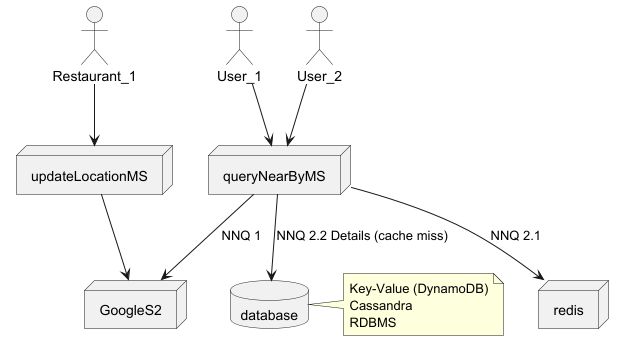
Earlier version of the PlantUML export docs/HLD-2.png (ozdemirht/py_redis_1). Its diagram source:
```plantuml
@startuml

actor User_1
actor User_2
actor Restaurant_1

node updateLocationMS

node queryNearByMS

node GoogleS2

database database
note right of database
Key-Value (DynamoDB)
Cassandra
RDBMS
end note

User_1 --> queryNearByMS
User_2 --> queryNearByMS

node redis

queryNearByMS --> GoogleS2 : NNQ 1
queryNearByMS --> redis : NNQ 2.1
queryNearByMS --> database : NNQ 2.2 Details (cache miss)

Restaurant_1 --> updateLocationMS
updateLocationMS --> GoogleS2

@enduml
```
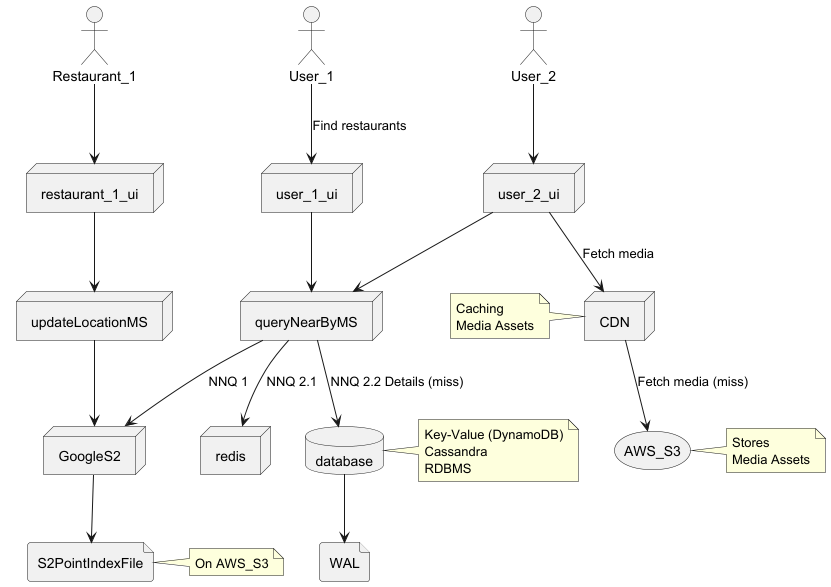
After the change.

What changed in the source:
```diff
@@ -4,11 +4,33 @@
 actor User_2
 actor Restaurant_1
 
+node user_1_ui
+node user_2_ui
+node restaurant_1_ui
+
 node updateLocationMS
 
 node queryNearByMS
 
 node GoogleS2
+node CDN
+note left of CDN
+Caching
+Media Assets
+end note
+
+file S2PointIndexFile
+note right of S2PointIndexFile
+On AWS_S3
+end note
+
+file WAL
+
+storage AWS_S3
+note right of AWS_S3
+Stores
+Media Assets
+end note
 
 database database
 note right of database
@@ -17,16 +39,23 @@
 RDBMS
 end note
 
-User_1 --> queryNearByMS
-User_2 --> queryNearByMS
+User_1 --> user_1_ui: Find restaurants
+user_1_ui --> queryNearByMS
+User_2 --> user_2_ui
+user_2_ui --> queryNearByMS
 
 node redis
 
 queryNearByMS --> GoogleS2 : NNQ 1
 queryNearByMS --> redis : NNQ 2.1
-queryNearByMS --> database : NNQ 2.2 Details (cache miss)
+queryNearByMS --> database : NNQ 2.2 Details (miss)
+user_2_ui --> CDN: Fetch media
+CDN --> AWS_S3: Fetch media (miss)
 
-Restaurant_1 --> updateLocationMS
+Restaurant_1 --> restaurant_1_ui
+restaurant_1_ui --> updateLocationMS
 updateLocationMS --> GoogleS2
+GoogleS2 --> S2PointIndexFile
+database --> WAL
 
 @enduml
```
